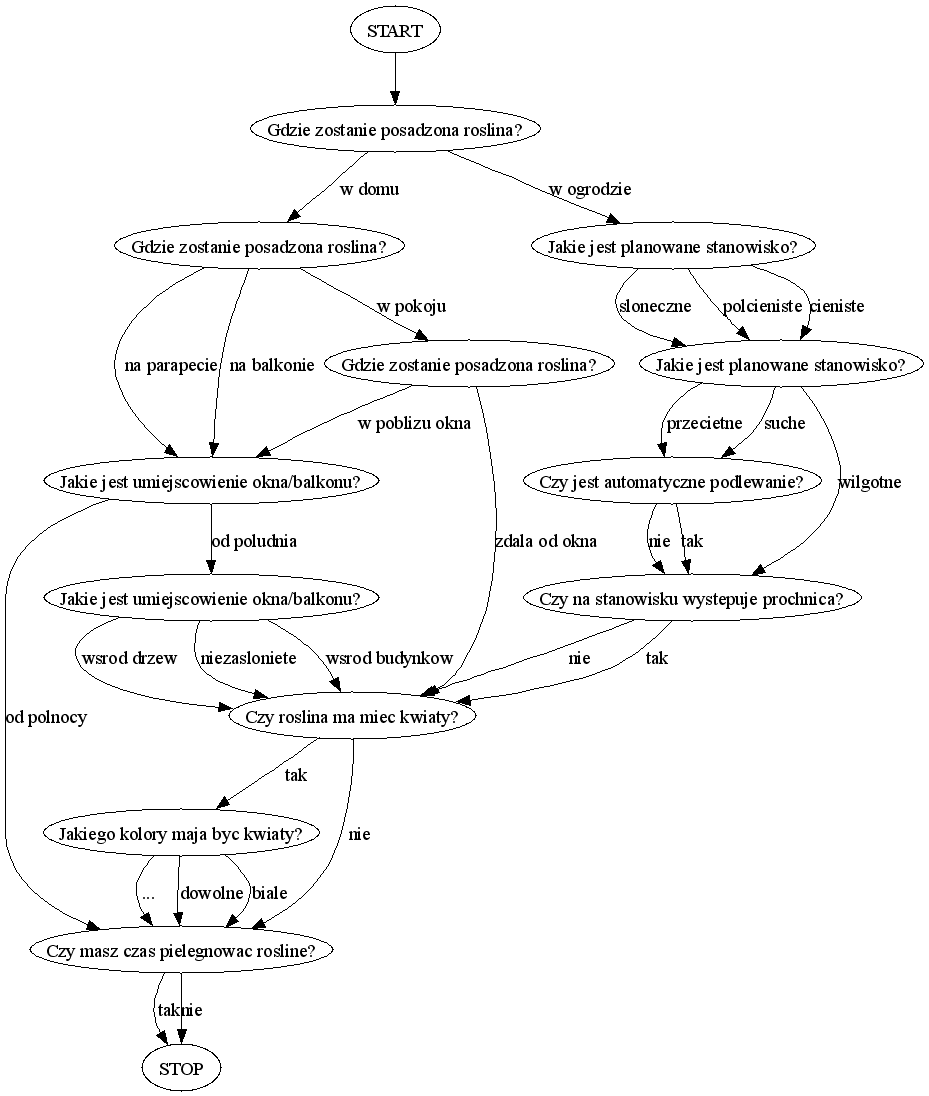
The Graphviz diagram si/questions.png in TripleEmcoder/Archive, before a commit. Its source is kept beside it as si/questions.dot.
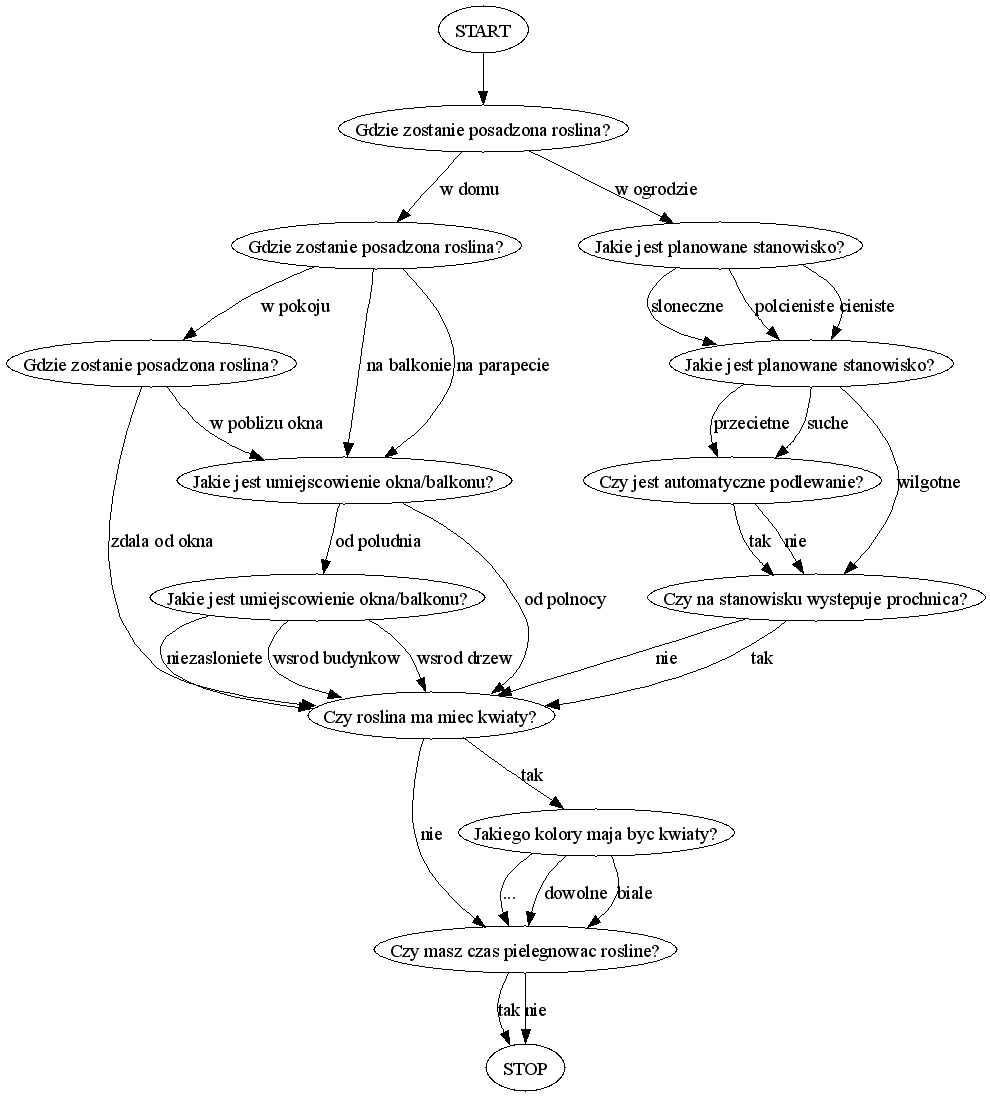
Later version of the same file.

Commit message:
git-svn-id: https://forge.caliper.pl/scm/svn/private-memfis@212 14f08429-6e20-0410-a26c-ef81b9fd1c62

Change to the diagram source:
```diff
@@ -19,7 +19,7 @@
 	lokalizacja2    -> orientacja      [ label = "na balkonie"    ];
 	lokalizacja2    -> orientacja      [ label = "na parapecie"   ];
 	lokalizacja2    -> lokalizacja3    [ label = "w pokoju"       ];
-	orientacja      -> pielegnacja     [ label = "od polnocy"     ];
+	orientacja      -> kwiaty          [ label = "od polnocy"     ];
 	orientacja      -> zasloniecie     [ label = "od poludnia"    ];
 	lokalizacja3    -> orientacja      [ label = "w poblizu okna" ];
 	lokalizacja3    -> kwiaty          [ label = "zdala od okna"  ];
```
